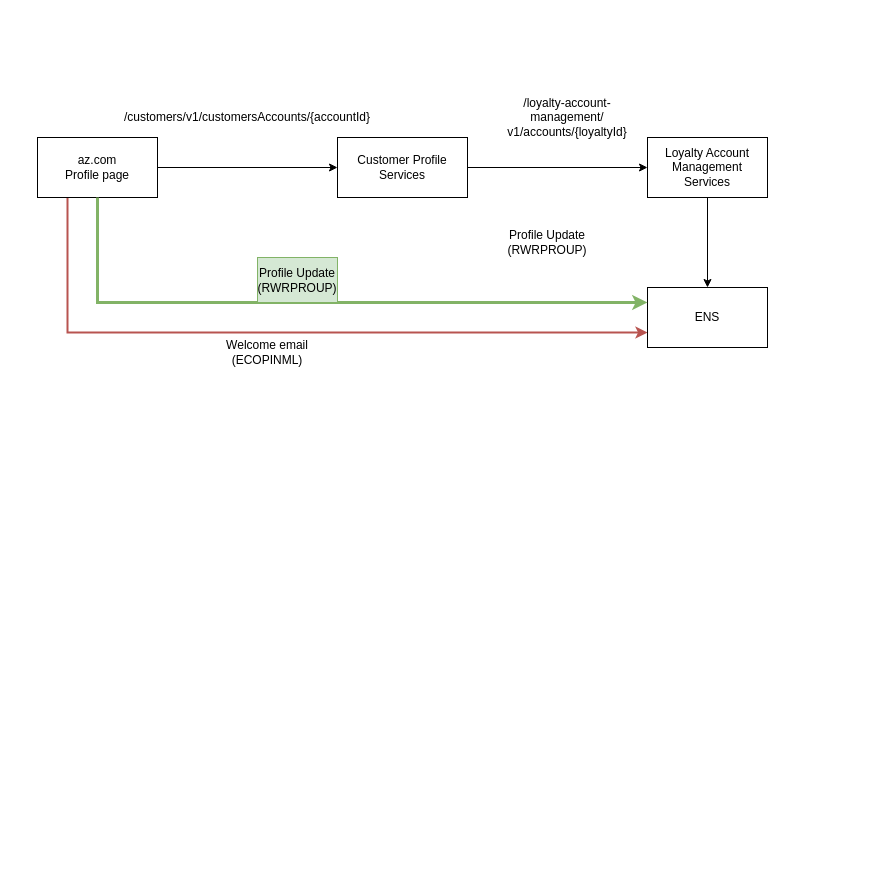
The draw.io diagram Ecom profile update email flow.drawio in AarellanoH/draw_io, before the edit. Source tidied: cells renumbered, new cells numbered last; positions are measured from the earlier drawing's top-left corner, leaving out a move shared by most shapes. Both pictures are drawn from the tidied source at 100%, with x=0, y=0 at pixel (37, 62).
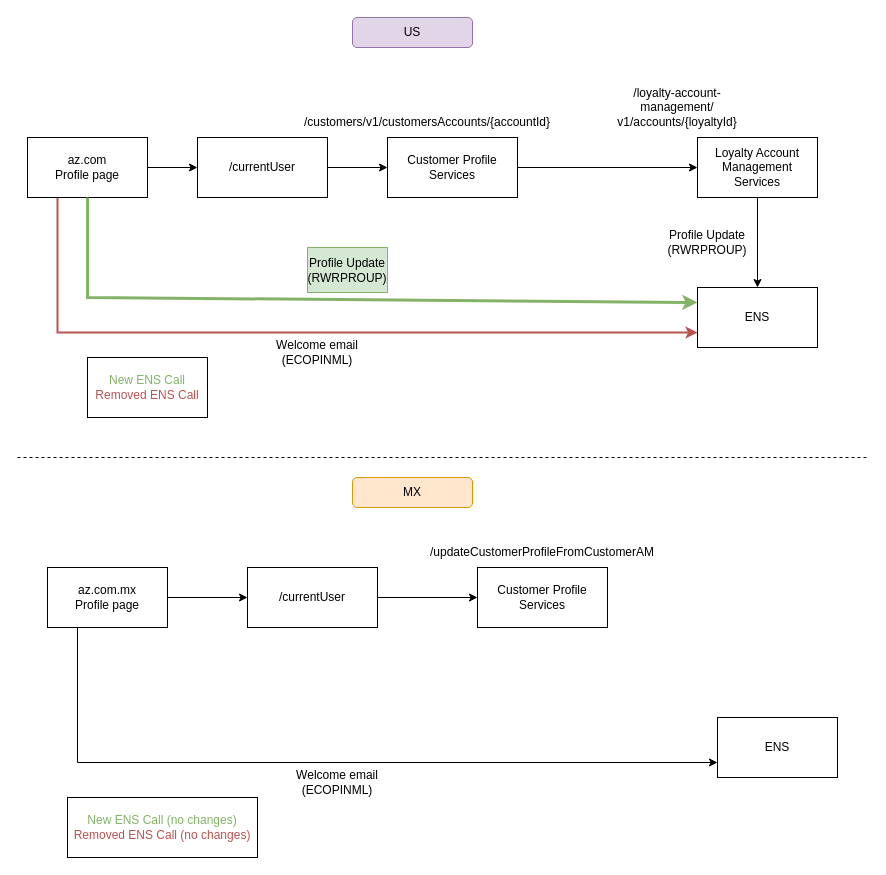
Above is the later version.

Change to the diagram source:
```diff
@@
-    <mxCell id="3" style="edgeStyle=orthogonalEdgeStyle;rounded=0;jumpSize=9;jettySize=auto;html=1;entryX=0;entryY=0.5;entryDx=0;entryDy=0;strokeWidth=1;" parent="1" edge="1" source="4" target="14">
-      <mxGeometry relative="1" as="geometry" />
-    </mxCell>
+    <mxCell id="16" style="edgeStyle=orthogonalEdgeStyle;rounded=0;jumpSize=9;jettySize=auto;html=1;exitX=1;exitY=0.5;exitDx=0;exitDy=0;entryX=0;entryY=0.5;entryDx=0;entryDy=0;strokeWidth=1;fontColor=#b85451;" parent="1" edge="1" source="4" target="19">
+      <mxGeometry relative="1" as="geometry" />
+    </mxCell>
     <mxCell id="4" value="az.com&lt;br&gt;Profile page" style="rounded=0;whiteSpace=wrap;html=1;" parent="1" vertex="1">
-      <mxGeometry y="75" width="120" height="60" as="geometry" />
+      <mxGeometry x="-10" y="75" width="120" height="60" as="geometry" />
     </mxCell>
@@
     <mxCell id="6" value="Loyalty Account Management Services" style="rounded=0;whiteSpace=wrap;html=1;" parent="1" vertex="1">
-      <mxGeometry x="610" y="75" width="120" height="60" as="geometry" />
+      <mxGeometry x="660" y="75" width="120" height="60" as="geometry" />
     </mxCell>
     <mxCell id="7" value="&lt;span dir=&quot;ltr&quot; class=&quot;ui-provider bpm bpn c d e f g h i j k l m n o p q r s t bpo bpp w x y z ab ac ae af ag ah ai aj ak&quot;&gt;/loyalty-account-management/&lt;/span&gt;v1/accounts/{loyaltyId}" style="text;html=1;strokeColor=none;fillColor=none;align=center;verticalAlign=middle;whiteSpace=wrap;rounded=0;" parent="1" vertex="1">
-      <mxGeometry x="460" y="25" width="140" height="60" as="geometry" />
+      <mxGeometry x="570" y="15" width="140" height="60" as="geometry" />
     </mxCell>
     <mxCell id="8" value="ENS" style="rounded=0;whiteSpace=wrap;html=1;" parent="1" vertex="1">
-      <mxGeometry x="610" y="225" width="120" height="60" as="geometry" />
+      <mxGeometry x="660" y="225" width="120" height="60" as="geometry" />
     </mxCell>
     <mxCell id="9" value="Profile Update&lt;br&gt;(RWRPROUP)" style="text;html=1;strokeColor=none;fillColor=none;align=center;verticalAlign=middle;whiteSpace=wrap;rounded=0;" parent="1" vertex="1">
-      <mxGeometry x="480" y="165" width="60" height="30" as="geometry" />
+      <mxGeometry x="640" y="165" width="60" height="30" as="geometry" />
     </mxCell>
     <mxCell id="10" style="endArrow=classic;html=1;rounded=0;exitX=0.5;exitY=1;exitDx=0;exitDy=0;entryX=0;entryY=0.25;entryDx=0;entryDy=0;fillColor=#d5e8d4;strokeColor=#82b366;jumpSize=8;strokeWidth=3;" parent="1" edge="1" source="4" target="8">
       <mxGeometry relative="1" as="geometry">
         <Array as="points">
-          <mxPoint x="60" y="240" />
-          <mxPoint x="180" y="240" />
+          <mxPoint x="50" y="235" />
         </Array>
       </mxGeometry>
     </mxCell>
     <mxCell id="11" value="Profile Update&lt;br&gt;(RWRPROUP)" style="text;html=1;strokeColor=#82b366;fillColor=#d5e8d4;align=center;verticalAlign=middle;whiteSpace=wrap;rounded=0;" parent="1" vertex="1">
-      <mxGeometry x="220" y="195" width="80" height="45" as="geometry" />
+      <mxGeometry x="270" y="185" width="80" height="45" as="geometry" />
     </mxCell>
     <mxCell id="12" value="Welcome email (ECOPINML)" style="text;html=1;strokeColor=none;fillColor=none;align=center;verticalAlign=middle;whiteSpace=wrap;rounded=0;" parent="1" vertex="1">
-      <mxGeometry x="180" y="275" width="100" height="30" as="geometry" />
+      <mxGeometry x="230" y="275" width="100" height="30" as="geometry" />
     </mxCell>
@@
     <mxCell id="14" value="Customer Profile Services" style="rounded=0;whiteSpace=wrap;html=1;" parent="1" vertex="1">
-      <mxGeometry x="300" y="75" width="130" height="60" as="geometry" />
+      <mxGeometry x="350" y="75" width="130" height="60" as="geometry" />
     </mxCell>
     <mxCell id="15" value="&lt;span dir=&quot;ltr&quot; class=&quot;ui-provider bpm bpn c d e f g h i j k l m n o p q r s t bpo bpp w x y z ab ac ae af ag ah ai aj ak&quot;&gt;/customers/v1/customersAccounts/{accountId}&lt;/span&gt;" style="text;html=1;strokeColor=none;fillColor=none;align=center;verticalAlign=middle;whiteSpace=wrap;rounded=0;" parent="1" vertex="1">
-      <mxGeometry x="140" width="140" height="110" as="geometry" />
+      <mxGeometry x="320" y="45" width="140" height="30" as="geometry" />
     </mxCell>
+    <mxCell id="17" value="&lt;span style=&quot;color: rgb(130, 179, 102);&quot;&gt;New ENS Call&lt;br&gt;&lt;/span&gt;Removed ENS Call&lt;span style=&quot;color: rgb(130, 179, 102);&quot;&gt;&lt;br&gt;&lt;/span&gt;" style="rounded=0;whiteSpace=wrap;html=1;fontColor=#b85451;" parent="1" vertex="1">
+      <mxGeometry x="50" y="295" width="120" height="60" as="geometry" />
+    </mxCell>
+    <mxCell id="18" style="edgeStyle=orthogonalEdgeStyle;rounded=0;jumpSize=9;jettySize=auto;html=1;exitX=1;exitY=0.5;exitDx=0;exitDy=0;entryX=0;entryY=0.5;entryDx=0;entryDy=0;strokeWidth=1;fontColor=#b85451;" parent="1" edge="1" source="19" target="14">
+      <mxGeometry relative="1" as="geometry" />
+    </mxCell>
+    <mxCell id="19" value="/currentUser" style="rounded=0;whiteSpace=wrap;html=1;" parent="1" vertex="1">
+      <mxGeometry x="160" y="75" width="130" height="60" as="geometry" />
+    </mxCell>
+    <mxCell id="20" style="edgeStyle=orthogonalEdgeStyle;rounded=0;jumpSize=9;jettySize=auto;html=1;exitX=0.25;exitY=1;exitDx=0;exitDy=0;entryX=0;entryY=0.75;entryDx=0;entryDy=0;strokeWidth=1;fillColor=#f8cecc;strokeColor=#000000;fontColor=#000000;" parent="1" edge="1" source="22" target="23">
+      <mxGeometry relative="1" as="geometry" />
+    </mxCell>
+    <mxCell id="21" style="edgeStyle=orthogonalEdgeStyle;rounded=0;jumpSize=9;jettySize=auto;html=1;exitX=1;exitY=0.5;exitDx=0;exitDy=0;entryX=0;entryY=0.5;entryDx=0;entryDy=0;strokeWidth=1;fontColor=#b85451;" parent="1" edge="1" source="22" target="29">
+      <mxGeometry relative="1" as="geometry" />
+    </mxCell>
+    <mxCell id="22" value="az.com.mx&lt;br&gt;Profile page" style="rounded=0;whiteSpace=wrap;html=1;" parent="1" vertex="1">
+      <mxGeometry x="10" y="505" width="120" height="60" as="geometry" />
+    </mxCell>
+    <mxCell id="23" value="ENS" style="rounded=0;whiteSpace=wrap;html=1;" parent="1" vertex="1">
+      <mxGeometry x="680" y="655" width="120" height="60" as="geometry" />
+    </mxCell>
+    <mxCell id="24" value="Welcome email (ECOPINML)" style="text;html=1;strokeColor=none;fillColor=none;align=center;verticalAlign=middle;whiteSpace=wrap;rounded=0;" parent="1" vertex="1">
+      <mxGeometry x="250" y="705" width="100" height="30" as="geometry" />
+    </mxCell>
+    <mxCell id="25" value="Customer Profile Services" style="rounded=0;whiteSpace=wrap;html=1;" parent="1" vertex="1">
+      <mxGeometry x="440" y="505" width="130" height="60" as="geometry" />
+    </mxCell>
+    <mxCell id="26" value="&lt;span dir=&quot;ltr&quot; class=&quot;ui-provider bpm bpn c d e f g h i j k l m n o p q r s t bpo bpp w x y z ab ac ae af ag ah ai aj ak&quot;&gt;/updateCustomerProfileFromCustomerAM&lt;/span&gt;" style="text;html=1;strokeColor=none;fillColor=none;align=center;verticalAlign=middle;whiteSpace=wrap;rounded=0;" parent="1" vertex="1">
+      <mxGeometry x="435" y="475" width="140" height="30" as="geometry" />
+    </mxCell>
+    <mxCell id="27" value="&lt;span style=&quot;color: rgb(130, 179, 102);&quot;&gt;New ENS Call (no changes)&lt;br&gt;&lt;/span&gt;Removed ENS Call (no changes)&lt;span style=&quot;color: rgb(130, 179, 102);&quot;&gt;&lt;br&gt;&lt;/span&gt;" style="rounded=0;whiteSpace=wrap;html=1;fontColor=#b85451;" parent="1" vertex="1">
+      <mxGeometry x="30" y="735" width="190" height="60" as="geometry" />
+    </mxCell>
+    <mxCell id="28" style="edgeStyle=orthogonalEdgeStyle;rounded=0;jumpSize=9;jettySize=auto;html=1;exitX=1;exitY=0.5;exitDx=0;exitDy=0;entryX=0;entryY=0.5;entryDx=0;entryDy=0;strokeWidth=1;fontColor=#b85451;" parent="1" edge="1" source="29" target="25">
+      <mxGeometry relative="1" as="geometry" />
+    </mxCell>
+    <mxCell id="29" value="/currentUser" style="rounded=0;whiteSpace=wrap;html=1;" parent="1" vertex="1">
+      <mxGeometry x="210" y="505" width="130" height="60" as="geometry" />
+    </mxCell>
+    <mxCell id="30" style="endArrow=none;dashed=1;html=1;rounded=0;strokeColor=#000000;strokeWidth=1;fontColor=#000000;jumpSize=9;" parent="1" edge="1">
+      <mxGeometry relative="1" as="geometry">
+        <mxPoint x="-20" y="395" as="sourcePoint" />
+        <mxPoint x="830" y="395" as="targetPoint" />
+      </mxGeometry>
+    </mxCell>
+    <mxCell id="31" value="MX" style="rounded=1;whiteSpace=wrap;html=1;fillColor=#ffe6cc;strokeColor=#d79b00;" parent="1" vertex="1">
+      <mxGeometry x="315" y="415" width="120" height="30" as="geometry" />
+    </mxCell>
+    <mxCell id="32" value="US" style="rounded=1;whiteSpace=wrap;html=1;fillColor=#e1d5e7;strokeColor=#9673a6;" parent="1" vertex="1">
+      <mxGeometry x="315" y="-45" width="120" height="30" as="geometry" />
+    </mxCell>
```
